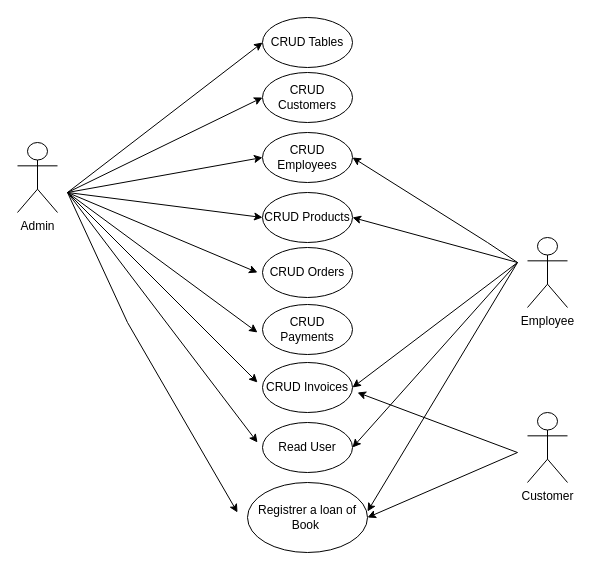
KevinAlvarezD/RestAdmin keeps this draw.io diagram as page "CU" (3 of 3) of Documents/Diagrama sin título.drawio. Above is the earlier version. Source tidied: cells renumbered, new cells numbered last; positions are measured from the earlier drawing's top-left corner, leaving out a move shared by most shapes. Both pictures are drawn from the tidied source at 100%, with x=0, y=0 at pixel (17, 17).
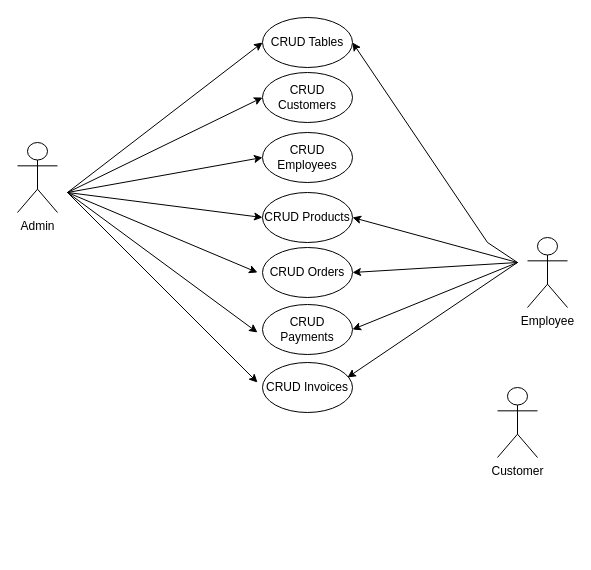
The same diagram, later.

Unchanged cells that the change refers to:
```xml
<mxCell id="5" value="CRUD Customers" style="ellipse;whiteSpace=wrap;html=1;" parent="1" vertex="1">
  <mxGeometry x="245" y="55" width="90" height="50" as="geometry" />
</mxCell>
<mxCell id="6" value="CRUD Tables" style="ellipse;whiteSpace=wrap;html=1;" parent="1" vertex="1">
  <mxGeometry x="245" width="90" height="50" as="geometry" />
</mxCell>
<mxCell id="8" value="CRUD Invoices" style="ellipse;whiteSpace=wrap;html=1;" parent="1" vertex="1">
  <mxGeometry x="245" y="345" width="90" height="50" as="geometry" />
</mxCell>
<mxCell id="9" value="CRUD Employees" style="ellipse;whiteSpace=wrap;html=1;" parent="1" vertex="1">
  <mxGeometry x="245" y="115" width="90" height="50" as="geometry" />
</mxCell>
<mxCell id="10" value="CRUD Products" style="ellipse;whiteSpace=wrap;html=1;" parent="1" vertex="1">
  <mxGeometry x="245" y="175" width="90" height="50" as="geometry" />
</mxCell>
<mxCell id="11" value="CRUD Orders" style="ellipse;whiteSpace=wrap;html=1;" parent="1" vertex="1">
  <mxGeometry x="245" y="230" width="90" height="50" as="geometry" />
</mxCell>
<mxCell id="12" value="CRUD Payments" style="ellipse;whiteSpace=wrap;html=1;" parent="1" vertex="1">
  <mxGeometry x="245" y="287" width="90" height="50" as="geometry" />
</mxCell>
```

Change to the diagram source:
```diff
@@
     <mxCell id="3" value="Customer" style="shape=umlActor;verticalLabelPosition=bottom;verticalAlign=top;html=1;" parent="1" vertex="1">
-      <mxGeometry x="510" y="395" width="40" height="70" as="geometry" />
+      <mxGeometry x="480" y="370" width="40" height="70" as="geometry" />
     </mxCell>
@@
-    <mxCell id="7" value="Read User" style="ellipse;whiteSpace=wrap;html=1;" parent="1" vertex="1">
-      <mxGeometry x="245" y="405" width="90" height="50" as="geometry" />
-    </mxCell>
@@
-    <mxCell id="13" value="Registrer a loan of Book&amp;nbsp;" style="ellipse;whiteSpace=wrap;html=1;" parent="1" vertex="1">
-      <mxGeometry x="230" y="465" width="120" height="70" as="geometry" />
-    </mxCell>
-    <mxCell id="14" style="endArrow=classic;html=1;rounded=0;entryX=0;entryY=0.5;entryDx=0;entryDy=0;" parent="1" edge="1" target="6">
-      <mxGeometry relative="1" as="geometry">
-        <mxPoint x="50" y="175" as="sourcePoint" />
-      </mxGeometry>
-    </mxCell>
-    <mxCell id="15" style="endArrow=classic;html=1;rounded=0;entryX=0;entryY=0.5;entryDx=0;entryDy=0;" parent="1" edge="1" target="5">
-      <mxGeometry relative="1" as="geometry">
-        <mxPoint x="50" y="175" as="sourcePoint" />
-      </mxGeometry>
-    </mxCell>
-    <mxCell id="16" style="endArrow=classic;html=1;rounded=0;entryX=0;entryY=0.5;entryDx=0;entryDy=0;" parent="1" edge="1" target="9">
-      <mxGeometry relative="1" as="geometry">
-        <mxPoint x="50" y="175" as="sourcePoint" />
-      </mxGeometry>
-    </mxCell>
-    <mxCell id="17" style="endArrow=classic;html=1;rounded=0;entryX=0;entryY=0.5;entryDx=0;entryDy=0;" parent="1" edge="1" target="10">
-      <mxGeometry relative="1" as="geometry">
-        <mxPoint x="50" y="175" as="sourcePoint" />
-      </mxGeometry>
-    </mxCell>
-    <mxCell id="18" style="endArrow=classic;html=1;rounded=0;" parent="1" edge="1">
-      <mxGeometry relative="1" as="geometry">
-        <mxPoint x="50" y="175" as="sourcePoint" />
-        <mxPoint x="240" y="255" as="targetPoint" />
-      </mxGeometry>
-    </mxCell>
-    <mxCell id="19" style="endArrow=classic;html=1;rounded=0;" parent="1" edge="1">
-      <mxGeometry relative="1" as="geometry">
-        <mxPoint x="50" y="175" as="sourcePoint" />
-        <mxPoint x="240" y="315" as="targetPoint" />
-      </mxGeometry>
-    </mxCell>
-    <mxCell id="20" style="endArrow=classic;html=1;rounded=0;" parent="1" edge="1">
-      <mxGeometry relative="1" as="geometry">
-        <mxPoint x="50" y="175" as="sourcePoint" />
-        <mxPoint x="240" y="365" as="targetPoint" />
-      </mxGeometry>
-    </mxCell>
-    <mxCell id="21" style="endArrow=classic;html=1;rounded=0;" parent="1" edge="1">
-      <mxGeometry relative="1" as="geometry">
-        <mxPoint x="50" y="175" as="sourcePoint" />
-        <mxPoint x="240" y="425" as="targetPoint" />
-      </mxGeometry>
-    </mxCell>
-    <mxCell id="22" style="endArrow=classic;html=1;rounded=0;" parent="1" edge="1">
-      <mxGeometry relative="1" as="geometry">
-        <mxPoint x="50" y="175" as="sourcePoint" />
-        <mxPoint x="220" y="495" as="targetPoint" />
-        <Array as="points">
-          <mxPoint x="110" y="305" />
-        </Array>
-      </mxGeometry>
-    </mxCell>
-    <mxCell id="23" style="endArrow=classic;html=1;rounded=0;entryX=1;entryY=0.5;entryDx=0;entryDy=0;" parent="1" edge="1" target="9">
-      <mxGeometry relative="1" as="geometry">
-        <mxPoint x="500" y="245" as="sourcePoint" />
-        <Array as="points">
-          <mxPoint x="470" y="225" />
-        </Array>
-      </mxGeometry>
-    </mxCell>
-    <mxCell id="24" style="endArrow=classic;html=1;rounded=0;entryX=1;entryY=0.5;entryDx=0;entryDy=0;" parent="1" edge="1">
-      <mxGeometry relative="1" as="geometry">
-        <mxPoint x="500" y="245" as="sourcePoint" />
-        <mxPoint x="335" y="200" as="targetPoint" />
-      </mxGeometry>
-    </mxCell>
-    <mxCell id="25" style="endArrow=classic;html=1;rounded=0;entryX=1;entryY=0.5;entryDx=0;entryDy=0;" parent="1" edge="1" target="8">
-      <mxGeometry relative="1" as="geometry">
-        <mxPoint x="500" y="245" as="sourcePoint" />
-      </mxGeometry>
-    </mxCell>
-    <mxCell id="26" style="endArrow=classic;html=1;rounded=0;entryX=1;entryY=0.5;entryDx=0;entryDy=0;" parent="1" edge="1" target="7">
-      <mxGeometry relative="1" as="geometry">
-        <mxPoint x="500" y="245" as="sourcePoint" />
-      </mxGeometry>
-    </mxCell>
-    <mxCell id="27" style="endArrow=classic;html=1;rounded=0;entryX=1;entryY=0.414;entryDx=0;entryDy=0;entryPerimeter=0;" parent="1" edge="1" target="13">
-      <mxGeometry relative="1" as="geometry">
-        <mxPoint x="500" y="245" as="sourcePoint" />
-      </mxGeometry>
-    </mxCell>
-    <mxCell id="28" style="endArrow=classic;html=1;rounded=0;entryX=1;entryY=0.5;entryDx=0;entryDy=0;" parent="1" edge="1" target="13">
-      <mxGeometry relative="1" as="geometry">
-        <mxPoint x="500" y="435" as="sourcePoint" />
-      </mxGeometry>
-    </mxCell>
-    <mxCell id="29" style="endArrow=classic;html=1;rounded=0;" parent="1" edge="1">
-      <mxGeometry relative="1" as="geometry">
-        <mxPoint x="500" y="435" as="sourcePoint" />
-        <mxPoint x="340" y="375" as="targetPoint" />
-      </mxGeometry>
-    </mxCell>
+    <mxCell id="30" style="endArrow=classic;html=1;rounded=0;entryX=0;entryY=0.5;entryDx=0;entryDy=0;" parent="1" edge="1" target="6">
+      <mxGeometry relative="1" as="geometry">
+        <mxPoint x="50" y="175" as="sourcePoint" />
+      </mxGeometry>
+    </mxCell>
+    <mxCell id="31" style="endArrow=classic;html=1;rounded=0;entryX=0;entryY=0.5;entryDx=0;entryDy=0;" parent="1" edge="1" target="5">
+      <mxGeometry relative="1" as="geometry">
+        <mxPoint x="50" y="175" as="sourcePoint" />
+      </mxGeometry>
+    </mxCell>
+    <mxCell id="32" style="endArrow=classic;html=1;rounded=0;entryX=0;entryY=0.5;entryDx=0;entryDy=0;" parent="1" edge="1" target="9">
+      <mxGeometry relative="1" as="geometry">
+        <mxPoint x="50" y="175" as="sourcePoint" />
+      </mxGeometry>
+    </mxCell>
+    <mxCell id="33" style="endArrow=classic;html=1;rounded=0;entryX=0;entryY=0.5;entryDx=0;entryDy=0;" parent="1" edge="1" target="10">
+      <mxGeometry relative="1" as="geometry">
+        <mxPoint x="50" y="175" as="sourcePoint" />
+      </mxGeometry>
+    </mxCell>
+    <mxCell id="34" style="endArrow=classic;html=1;rounded=0;" parent="1" edge="1">
+      <mxGeometry relative="1" as="geometry">
+        <mxPoint x="50" y="175" as="sourcePoint" />
+        <mxPoint x="240" y="255" as="targetPoint" />
+      </mxGeometry>
+    </mxCell>
+    <mxCell id="35" style="endArrow=classic;html=1;rounded=0;" parent="1" edge="1">
+      <mxGeometry relative="1" as="geometry">
+        <mxPoint x="50" y="175" as="sourcePoint" />
+        <mxPoint x="240" y="315" as="targetPoint" />
+      </mxGeometry>
+    </mxCell>
+    <mxCell id="36" style="endArrow=classic;html=1;rounded=0;" parent="1" edge="1">
+      <mxGeometry relative="1" as="geometry">
+        <mxPoint x="50" y="175" as="sourcePoint" />
+        <mxPoint x="240" y="365" as="targetPoint" />
+      </mxGeometry>
+    </mxCell>
+    <mxCell id="37" style="endArrow=classic;html=1;rounded=0;entryX=1;entryY=0.5;entryDx=0;entryDy=0;" parent="1" edge="1" target="6">
+      <mxGeometry relative="1" as="geometry">
+        <mxPoint x="500" y="245" as="sourcePoint" />
+        <Array as="points">
+          <mxPoint x="470" y="225" />
+        </Array>
+      </mxGeometry>
+    </mxCell>
+    <mxCell id="38" style="endArrow=classic;html=1;rounded=0;entryX=1;entryY=0.5;entryDx=0;entryDy=0;" parent="1" edge="1">
+      <mxGeometry relative="1" as="geometry">
+        <mxPoint x="500" y="245" as="sourcePoint" />
+        <mxPoint x="335" y="200" as="targetPoint" />
+      </mxGeometry>
+    </mxCell>
+    <mxCell id="39" style="endArrow=classic;html=1;rounded=0;entryX=1;entryY=0.5;entryDx=0;entryDy=0;" parent="1" edge="1" target="11">
+      <mxGeometry relative="1" as="geometry">
+        <mxPoint x="500" y="245" as="sourcePoint" />
+      </mxGeometry>
+    </mxCell>
+    <mxCell id="40" style="endArrow=classic;html=1;rounded=0;entryX=1;entryY=0.5;entryDx=0;entryDy=0;" parent="1" edge="1" target="12">
+      <mxGeometry relative="1" as="geometry">
+        <mxPoint x="500" y="245" as="sourcePoint" />
+      </mxGeometry>
+    </mxCell>
+    <mxCell id="41" style="endArrow=classic;html=1;rounded=0;entryX=0.944;entryY=0.3;entryDx=0;entryDy=0;entryPerimeter=0;" parent="1" edge="1" target="8">
+      <mxGeometry relative="1" as="geometry">
+        <mxPoint x="500" y="245" as="sourcePoint" />
+      </mxGeometry>
+    </mxCell>
```
